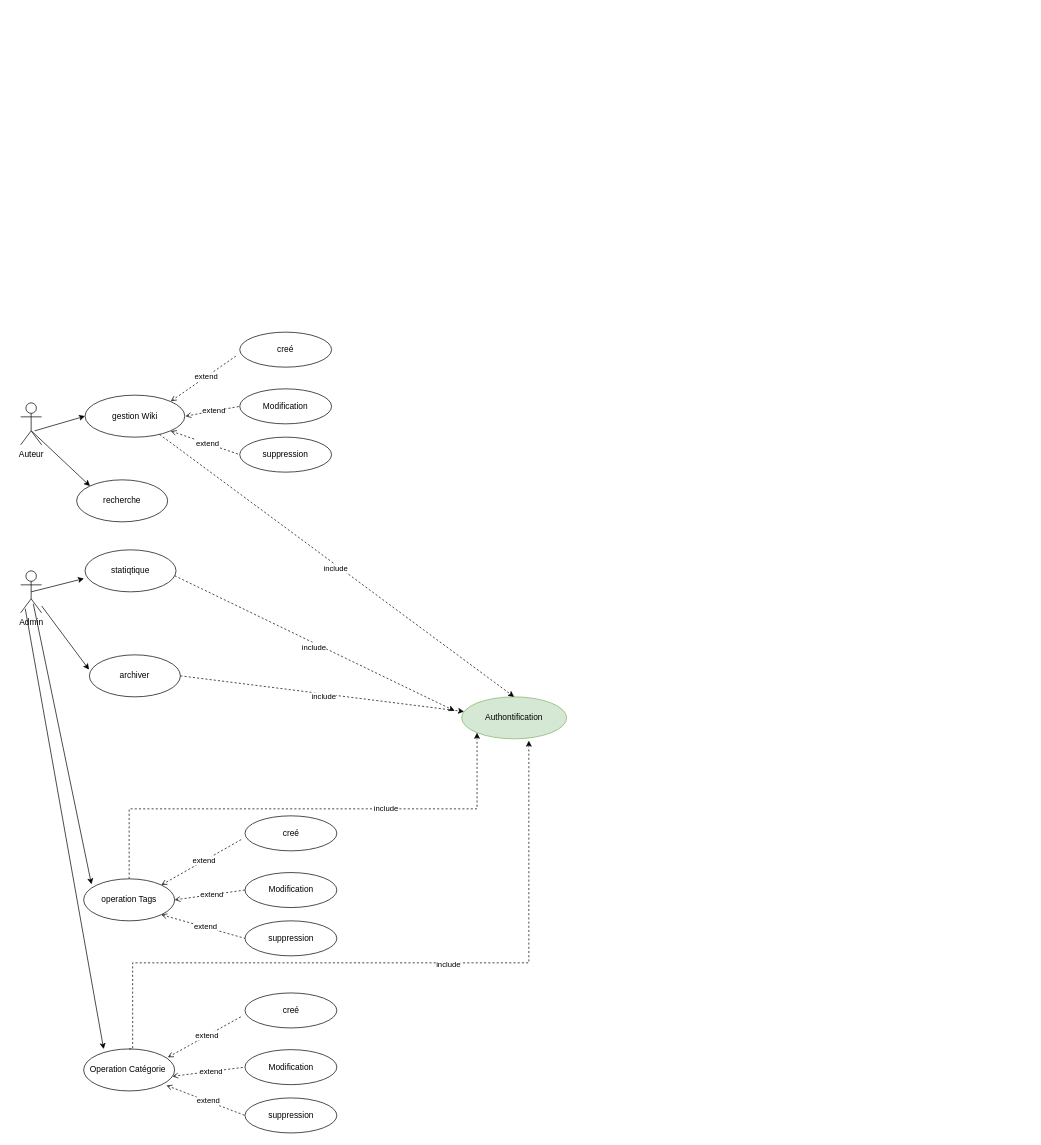
Earlier version of the draw.io diagram PJ/UML/UseCasse.drawio (ouchin55edcx/wikis). Source tidied: cells renumbered, new cells numbered last; positions are measured from the earlier drawing's top-left corner, leaving out a move shared by most shapes. Both pictures are drawn from the tidied source at 70%, with x=0, y=0 at pixel (20, 332).
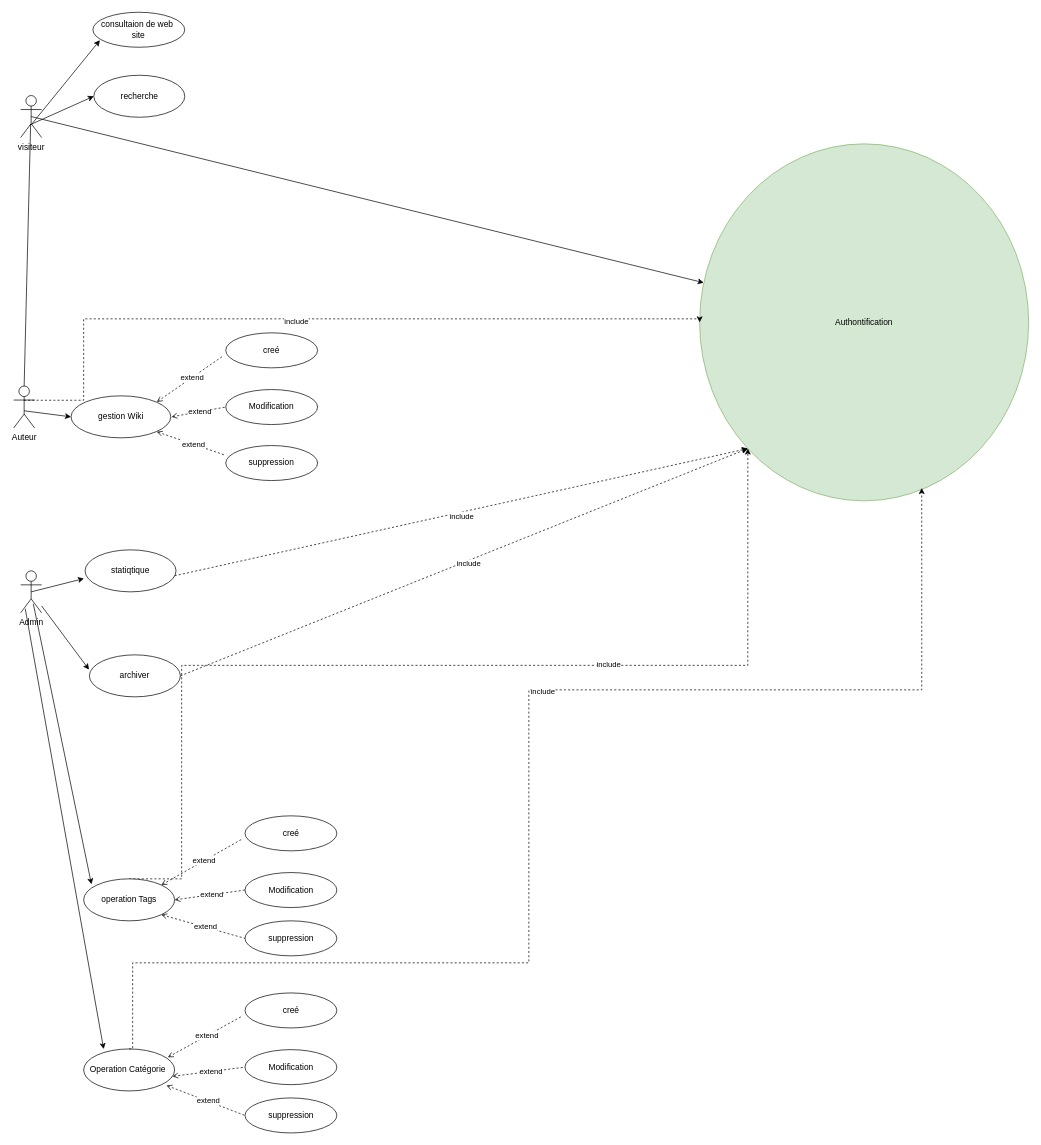
The same diagram, later.

The change refers to these unchanged cells:
```xml
<mxCell id="22" value="archiver&lt;br&gt;" style="ellipse;whiteSpace=wrap;html=1;" parent="1" vertex="1">
  <mxGeometry x="98.2" y="461" width="130" height="60" as="geometry" />
</mxCell>
<mxCell id="25" value="operation Tags" style="ellipse;whiteSpace=wrap;html=1;" parent="1" vertex="1">
  <mxGeometry x="90" y="781" width="130" height="60" as="geometry" />
</mxCell>
<mxCell id="26" value="Operation Catégorie&amp;nbsp;&lt;br&gt;" style="ellipse;whiteSpace=wrap;html=1;" parent="1" vertex="1">
  <mxGeometry x="90" y="1024" width="130" height="60" as="geometry" />
</mxCell>
```

Change to the diagram source:
```diff
@@
-    <mxCell id="2" value="Auteur&lt;br&gt;" style="shape=umlActor;verticalLabelPosition=bottom;verticalAlign=top;html=1;" parent="1" vertex="1">
-      <mxGeometry y="101" width="30" height="60" as="geometry" />
+    <mxCell id="2" value="visiteur" style="shape=umlActor;verticalLabelPosition=bottom;verticalAlign=top;html=1;" parent="1" vertex="1">
+      <mxGeometry y="-338" width="30" height="60" as="geometry" />
     </mxCell>
@@
     <mxCell id="4" value="Authontification" style="ellipse;whiteSpace=wrap;html=1;fillColor=#d5e8d4;strokeColor=#82b366;" parent="1" vertex="1">
-      <mxGeometry x="630" y="521" width="150" height="60" as="geometry" />
+      <mxGeometry x="970" y="-269" width="470" height="510" as="geometry" />
     </mxCell>
-    <mxCell id="5" value="gestion Wiki" style="ellipse;whiteSpace=wrap;html=1;" parent="1" vertex="1">
-      <mxGeometry x="92" y="90" width="142.5" height="60" as="geometry" />
-    </mxCell>
-    <mxCell id="6" value="creé" style="ellipse;whiteSpace=wrap;html=1;" parent="1" vertex="1">
-      <mxGeometry x="313" width="131.2" height="50" as="geometry" />
+    <mxCell id="6" value="consultaion de web&amp;nbsp;&lt;br&gt;site" style="ellipse;whiteSpace=wrap;html=1;" parent="1" vertex="1">
+      <mxGeometry x="103.2" y="-457" width="131.2" height="50" as="geometry" />
     </mxCell>
-    <mxCell id="7" value="Modification" style="ellipse;whiteSpace=wrap;html=1;" parent="1" vertex="1">
-      <mxGeometry x="313" y="81" width="131.2" height="50" as="geometry" />
-    </mxCell>
-    <mxCell id="8" value="suppression" style="ellipse;whiteSpace=wrap;html=1;" parent="1" vertex="1">
-      <mxGeometry x="313" y="150" width="131.2" height="50" as="geometry" />
-    </mxCell>
-    <mxCell id="9" style="rounded=0;jettySize=auto;html=1;entryX=0;entryY=0.5;entryDx=0;entryDy=0;entryPerimeter=0;" parent="1" edge="1" target="5">
+    <mxCell id="9" style="rounded=0;jettySize=auto;html=1;entryX=0;entryY=0.5;entryDx=0;entryDy=0;entryPerimeter=0;exitX=0.476;exitY=0.712;exitDx=0;exitDy=0;exitPerimeter=0;" parent="1" edge="1" source="2">
       <mxGeometry relative="1" as="geometry">
-        <mxPoint x="20" y="141" as="sourcePoint" />
+        <mxPoint x="113.2" y="-417" as="targetPoint" />
       </mxGeometry>
     </mxCell>
-    <mxCell id="10" style="endArrow=none;html=1;rounded=0;exitX=1;exitY=0;exitDx=0;exitDy=0;entryX=-0.024;entryY=0.652;entryDx=0;entryDy=0;entryPerimeter=0;dashed=1;startArrow=open;startFill=0;endFill=0;" parent="1" edge="1" target="6">
-      <mxGeometry relative="1" as="geometry">
-        <mxPoint x="214.5" y="98.7" as="sourcePoint" />
-      </mxGeometry>
-    </mxCell>
-    <mxCell id="11" value="extend" style="edgeLabel;html=1;align=center;verticalAlign=middle;" parent="10" vertex="1">
-      <mxGeometry x="0.05" y="1" relative="1" as="geometry" />
-    </mxCell>
-    <mxCell id="12" style="endArrow=none;html=1;rounded=0;exitX=1;exitY=1;exitDx=0;exitDy=0;entryX=0;entryY=0.5;entryDx=0;entryDy=0;dashed=1;startArrow=open;startFill=0;endFill=0;" parent="1" edge="1" target="8">
-      <mxGeometry relative="1" as="geometry">
-        <mxPoint x="214.5" y="141.3" as="sourcePoint" />
-      </mxGeometry>
-    </mxCell>
-    <mxCell id="13" value="extend" style="edgeLabel;html=1;align=center;verticalAlign=middle;" parent="12" vertex="1">
-      <mxGeometry x="0.05" y="1" relative="1" as="geometry" />
-    </mxCell>
-    <mxCell id="14" style="endArrow=none;html=1;rounded=0;exitX=1;exitY=0.5;exitDx=0;exitDy=0;entryX=0;entryY=0.5;entryDx=0;entryDy=0;dashed=1;startArrow=open;startFill=0;endFill=0;" parent="1" edge="1" target="7">
-      <mxGeometry relative="1" as="geometry">
-        <mxPoint x="235.5" y="120" as="sourcePoint" />
-      </mxGeometry>
-    </mxCell>
-    <mxCell id="15" value="extend" style="edgeLabel;html=1;align=center;verticalAlign=middle;" parent="14" vertex="1">
-      <mxGeometry x="0.05" y="1" relative="1" as="geometry" />
-    </mxCell>
     <mxCell id="16" value="recherche&lt;br&gt;" style="ellipse;whiteSpace=wrap;html=1;" parent="1" vertex="1">
-      <mxGeometry x="80" y="211" width="130" height="60" as="geometry" />
+      <mxGeometry x="104.5" y="-367" width="130" height="60" as="geometry" />
     </mxCell>
-    <mxCell id="17" style="endArrow=classic;html=1;rounded=0;exitX=0.533;exitY=0.677;exitDx=0;exitDy=0;exitPerimeter=0;entryX=0;entryY=0;entryDx=0;entryDy=0;" parent="1" edge="1" source="2" target="16">
+    <mxCell id="17" style="endArrow=classic;html=1;rounded=0;exitX=0.533;exitY=0.677;exitDx=0;exitDy=0;exitPerimeter=0;entryX=0;entryY=0.5;entryDx=0;entryDy=0;" parent="1" edge="1" source="2" target="16">
       <mxGeometry relative="1" as="geometry" />
     </mxCell>
@@
-    <mxCell id="20" style="rounded=0;jettySize=auto;html=1;exitX=1;exitY=0.5;exitDx=0;exitDy=0;dashed=1;" parent="1" edge="1" source="22" target="4">
+    <mxCell id="20" style="rounded=0;jettySize=auto;html=1;exitX=1;exitY=0.5;exitDx=0;exitDy=0;dashed=1;entryX=0;entryY=1;entryDx=0;entryDy=0;" parent="1" edge="1" source="22" target="4">
       <mxGeometry relative="1" as="geometry" />
     </mxCell>
@@
     <mxCell id="23" style="edgeStyle=orthogonalEdgeStyle;rounded=0;jettySize=auto;html=1;exitX=0.5;exitY=0;exitDx=0;exitDy=0;entryX=0;entryY=1;entryDx=0;entryDy=0;dashed=1;" parent="1" edge="1" source="25" target="4">
-      <mxGeometry relative="1" as="geometry" />
+      <mxGeometry relative="1" as="geometry">
+        <Array as="points">
+          <mxPoint x="230" y="781" />
+          <mxPoint x="230" y="476" />
+          <mxPoint x="1039" y="476" />
+        </Array>
+      </mxGeometry>
     </mxCell>
@@
-    <mxCell id="48" style="endArrow=classic;html=1;rounded=0;entryX=0.5;entryY=0;entryDx=0;entryDy=0;dashed=1;" parent="1" edge="1" source="5" target="4">
-      <mxGeometry relative="1" as="geometry" />
-    </mxCell>
-    <mxCell id="49" value="include" style="edgeLabel;html=1;align=center;verticalAlign=middle;" parent="48" vertex="1">
-      <mxGeometry y="-4" relative="1" as="geometry">
-        <mxPoint y="1" as="offset" />
-      </mxGeometry>
-    </mxCell>
-    <mxCell id="50" style="endArrow=classic;html=1;rounded=0;dashed=1;" parent="1" edge="1">
+    <mxCell id="50" style="endArrow=classic;html=1;rounded=0;dashed=1;entryX=0;entryY=1;entryDx=0;entryDy=0;" parent="1" edge="1" target="4">
       <mxGeometry relative="1" as="geometry">
         <mxPoint x="220" y="348" as="sourcePoint" />
-        <mxPoint x="620" y="541" as="targetPoint" />
       </mxGeometry>
     </mxCell>
@@
-    <mxCell id="52" style="edgeStyle=orthogonalEdgeStyle;rounded=0;jettySize=auto;html=1;exitX=0.5;exitY=0;exitDx=0;exitDy=0;entryX=0.64;entryY=1.043;entryDx=0;entryDy=0;entryPerimeter=0;dashed=1;" parent="1" edge="1" source="26" target="4">
+    <mxCell id="52" style="edgeStyle=orthogonalEdgeStyle;rounded=0;jettySize=auto;html=1;exitX=0.5;exitY=0;exitDx=0;exitDy=0;entryX=0.675;entryY=0.964;entryDx=0;entryDy=0;entryPerimeter=0;dashed=1;" parent="1" edge="1" source="26" target="4">
       <mxGeometry relative="1" as="geometry">
         <Array as="points">
           <mxPoint x="160" y="1024" />
           <mxPoint x="160" y="901" />
           <mxPoint x="726" y="901" />
+          <mxPoint x="726" y="511" />
+          <mxPoint x="1287" y="511" />
         </Array>
       </mxGeometry>
     </mxCell>
@@
+    <mxCell id="54" value="Auteur&lt;br&gt;" style="shape=umlActor;verticalLabelPosition=bottom;verticalAlign=top;html=1;" parent="1" vertex="1">
+      <mxGeometry x="-10" y="77" width="30" height="60" as="geometry" />
+    </mxCell>
+    <mxCell id="5" value="gestion Wiki" style="ellipse;whiteSpace=wrap;html=1;" parent="1" vertex="1">
+      <mxGeometry x="72" y="91" width="142.5" height="60" as="geometry" />
+    </mxCell>
+    <mxCell id="55" value="creé" style="ellipse;whiteSpace=wrap;html=1;" parent="1" vertex="1">
+      <mxGeometry x="293" y="1" width="131.2" height="50" as="geometry" />
+    </mxCell>
+    <mxCell id="7" value="Modification" style="ellipse;whiteSpace=wrap;html=1;" parent="1" vertex="1">
+      <mxGeometry x="293" y="82" width="131.2" height="50" as="geometry" />
+    </mxCell>
+    <mxCell id="8" value="suppression" style="ellipse;whiteSpace=wrap;html=1;" parent="1" vertex="1">
+      <mxGeometry x="293" y="162" width="131.2" height="50" as="geometry" />
+    </mxCell>
+    <mxCell id="56" style="rounded=0;jettySize=auto;html=1;entryX=0;entryY=0.5;entryDx=0;entryDy=0;entryPerimeter=0;exitX=0.493;exitY=0.589;exitDx=0;exitDy=0;exitPerimeter=0;" parent="1" edge="1" source="54" target="5">
+      <mxGeometry relative="1" as="geometry" />
+    </mxCell>
+    <mxCell id="57" style="endArrow=none;html=1;rounded=0;exitX=1;exitY=0;exitDx=0;exitDy=0;entryX=-0.024;entryY=0.652;entryDx=0;entryDy=0;entryPerimeter=0;dashed=1;startArrow=open;startFill=0;endFill=0;" parent="1" edge="1" target="55">
+      <mxGeometry relative="1" as="geometry">
+        <mxPoint x="194.5" y="99.7" as="sourcePoint" />
+      </mxGeometry>
+    </mxCell>
+    <mxCell id="58" value="extend" style="edgeLabel;html=1;align=center;verticalAlign=middle;" parent="57" vertex="1">
+      <mxGeometry x="0.05" y="1" relative="1" as="geometry" />
+    </mxCell>
+    <mxCell id="59" style="endArrow=none;html=1;rounded=0;exitX=1;exitY=1;exitDx=0;exitDy=0;entryX=0;entryY=0.5;entryDx=0;entryDy=0;dashed=1;startArrow=open;startFill=0;endFill=0;" parent="1" edge="1">
+      <mxGeometry relative="1" as="geometry">
+        <mxPoint x="194.5" y="142.3" as="sourcePoint" />
+        <mxPoint x="293" y="176" as="targetPoint" />
+      </mxGeometry>
+    </mxCell>
+    <mxCell id="60" value="extend" style="edgeLabel;html=1;align=center;verticalAlign=middle;" parent="59" vertex="1">
+      <mxGeometry x="0.05" y="1" relative="1" as="geometry" />
+    </mxCell>
+    <mxCell id="61" style="endArrow=none;html=1;rounded=0;exitX=1;exitY=0.5;exitDx=0;exitDy=0;entryX=0;entryY=0.5;entryDx=0;entryDy=0;dashed=1;startArrow=open;startFill=0;endFill=0;" parent="1" edge="1" target="7">
+      <mxGeometry relative="1" as="geometry">
+        <mxPoint x="215.5" y="121" as="sourcePoint" />
+      </mxGeometry>
+    </mxCell>
+    <mxCell id="62" value="extend" style="edgeLabel;html=1;align=center;verticalAlign=middle;" parent="61" vertex="1">
+      <mxGeometry x="0.05" y="1" relative="1" as="geometry" />
+    </mxCell>
+    <mxCell id="63" style="endArrow=classic;html=1;rounded=0;exitX=0.5;exitY=0.5;exitDx=0;exitDy=0;exitPerimeter=0;" parent="1" edge="1" source="2" target="4">
+      <mxGeometry relative="1" as="geometry" />
+    </mxCell>
+    <mxCell id="64" style="endArrow=none;html=1;rounded=0;exitX=0.5;exitY=0;exitDx=0;exitDy=0;exitPerimeter=0;entryX=0.476;entryY=0.677;entryDx=0;entryDy=0;entryPerimeter=0;" parent="1" edge="1" source="54" target="2">
+      <mxGeometry relative="1" as="geometry" />
+    </mxCell>
+    <mxCell id="65" style="endArrow=classic;html=1;rounded=0;edgeStyle=orthogonalEdgeStyle;exitX=0.489;exitY=0.338;exitDx=0;exitDy=0;exitPerimeter=0;entryX=0;entryY=0.5;entryDx=0;entryDy=0;dashed=1;" parent="1" edge="1" source="54" target="4">
+      <mxGeometry relative="1" as="geometry">
+        <Array as="points">
+          <mxPoint x="90" y="97" />
+          <mxPoint x="90" y="-19" />
+          <mxPoint x="970" y="-19" />
+        </Array>
+      </mxGeometry>
+    </mxCell>
+    <mxCell id="49" value="include" style="edgeLabel;html=1;align=center;verticalAlign=middle;" parent="65" vertex="1">
+      <mxGeometry x="-0.07" y="-3" relative="1" as="geometry" />
+    </mxCell>
```
